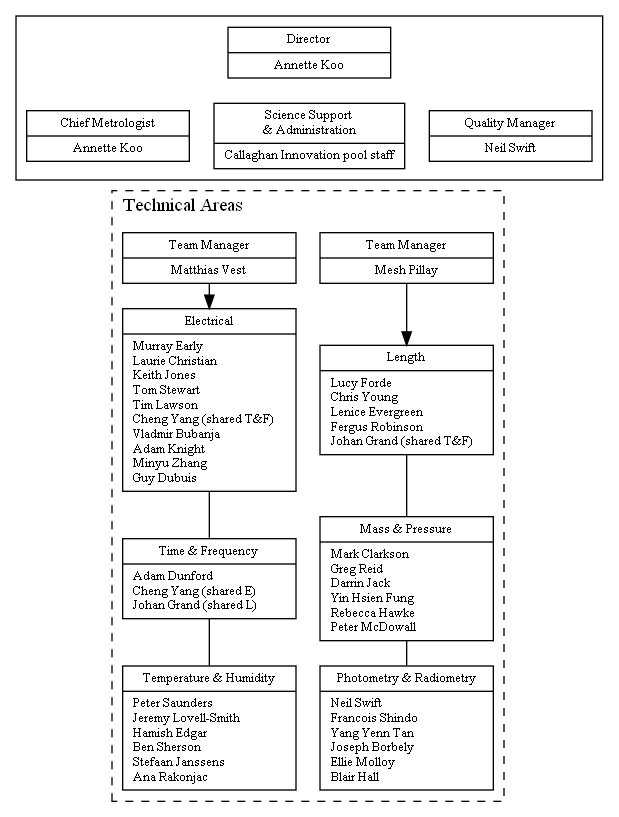
Before: quality_manual_document/pictures/MSL_org_full.png, a diagram exported from Graphviz (MSLNZ/Quality-Manual). Its source is kept beside it as quality_manual_document/pictures/MSL_org_full.gv. The source it was exported from:
```dot
/*
To create an image for "file.gv":

    > dot -Tpng MSL_org_full.gv -o MSL_org_full.png

    or

    > dot -Tpdf MSL_org_full.gv -o MSL_org_full.pdf

*/
digraph {
    font=Times;
    subgraph cluster_box {

        node [
                fontsize = 10,
                shape=record,
                fixedsize=shape     /* Don't want different widths */
                width=1.7           /* inches */
        ];
        labeljust="l";
        ranksep = 0.7;              /* minimum vertical distance */
        nodesep = "0.1 equally"     /* minimum horizontal distance */

        B1 [style=invis];
        D [label="{Director |Annette Koo}"];
        B2 [style=invis];

        {rank=same; B2, D, B1 ; }

        QM [label="{Quality Manager|Neil Swift}" ];
        SSC[label="{Science Support\n& Administration|Callaghan Innovation pool staff}" ];
        CM [label="{Chief Metrologist|Annette Koo}" ];

        {rank=same; QM, SSC, CM; }





        B2 -> CM  [style=invis];
        D -> SSC   [style=invis];
        B1 -> QM [style=invis];
    }

    subgraph cluster_3 {
        fontsize = 14;
        style="dashed";
        labelstyle=bold;
        labeljust="l";
        label="Technical Areas";

        node [
            fontsize = 10
            shape = "record"
            fixedsize=shape     /* Don't want different widths */
            width=1.8           /* inches */
        ];

        TeamLengthMass[
            label="{Team Manager|"
            +   "Mesh Pillay\n"
            +   "}"
        ];



        TeamElectricalTime[
            label="{Team Manager|"
            +   "Matthias Vest\n"
            +   "}"
        ];

	{rank=same; TeamLengthMass, TeamElectricalTime; }
        S_length [label = "{ Length| "
        +   "Lucy Forde\l"
        +   "Chris Young\l"
        +   "Lenice Evergreen\l"
        +   "Fergus Robinson\l"
        +	"Johan Grand (shared T&F)\l"
        +   "}"
        ];

        S_mass_pressure [label = "{ Mass & Pressure| "
        +	"Mark Clarkson\l"
        +	"Greg Reid\l"
        +	"Darrin Jack\l"
        +	"Yin Hsien Fung\l"
        +	"Rebecca Hawke\l" // Sutton-Hawke
        +	"Peter McDowall\l"
        +   "}"
        ];

        S_electrical [label = "{ Electrical| "
        +   "Murray Early\l"
        +	"Laurie Christian\l"
        +	"Keith Jones\l"
        +	"Tom Stewart\l"
        +	"Tim Lawson\l"
        +	"Cheng Yang (shared T&F)\l"
        +	"Vladmir Bubanja\l"
        +	"Adam Knight\l"
        +	"Minyu Zhang\l"
        +   "Guy Dubuis\l"
        +   "}"
        ];

        S_photometry_radiometry [label = "{Photometry & Radiometry| "
        +	"Neil Swift\l"
        +	"Francois Shindo\l"
        +	"Yang Yenn Tan\l"
        +	"Joseph Borbely\l"
        +       "Ellie Molloy\l"
	+	"Blair Hall\l"
        +   "}"
        ];


        S_temperature_humidity [label = "{Temperature & Humidity|  "
        +   "Peter Saunders\l"
        +	"Jeremy Lovell-Smith\l"
        +	"Hamish Edgar\l"
        +	"Ben Sherson\l"
        +   "Stefaan Janssens\l"
        +   "Ana Rakonjac\l"
        +   "}"
        ];

        S_time_frequency [label = "{Time & Frequency|"
        +	"Adam Dunford\l"
        +	"Cheng Yang (shared E)\l"
        +	"Johan Grand (shared L)\l"
        +   "}"
        ];





    }
    CM -> TeamElectricalTime [style=invis];
    QM -> TeamLengthMass  [style=invis];
    TeamElectricalTime -> S_electrical ;
    S_electrical -> S_time_frequency [arrowsize=0] ;
	S_time_frequency -> S_temperature_humidity [arrowsize=0];
      TeamLengthMass -> S_length ;
    S_length  ->  S_mass_pressure [arrowsize=0] ;
    S_mass_pressure  ->  S_photometry_radiometry [arrowsize=0];
}
```
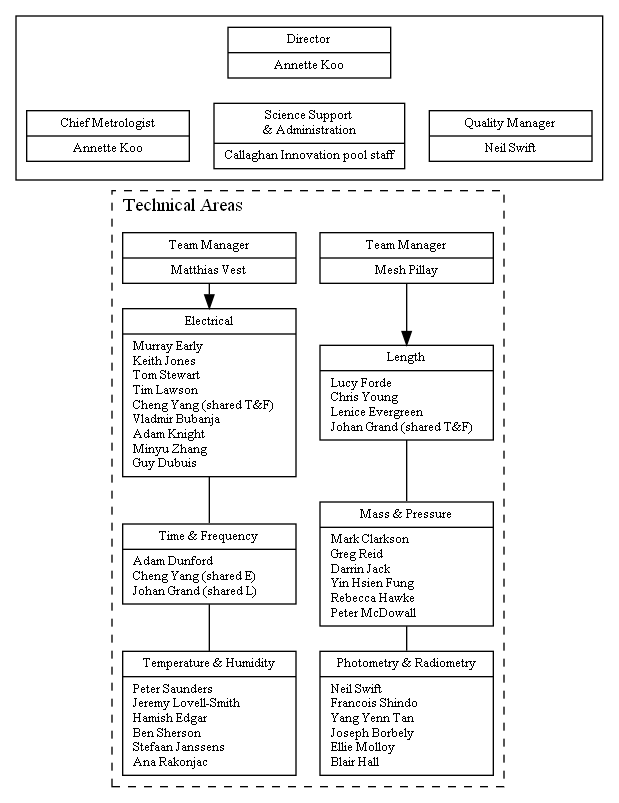
After the change.

Diff of the diagram source:
```diff
@@ -76,7 +76,6 @@
         +   "Lucy Forde\l"
         +   "Chris Young\l"
         +   "Lenice Evergreen\l"
-        +   "Fergus Robinson\l"
         +	"Johan Grand (shared T&F)\l"
         +   "}"
         ];
@@ -93,7 +92,6 @@
 
         S_electrical [label = "{ Electrical| "
         +   "Murray Early\l"
-        +	"Laurie Christian\l"
         +	"Keith Jones\l"
         +	"Tom Stewart\l"
         +	"Tim Lawson\l"
```
